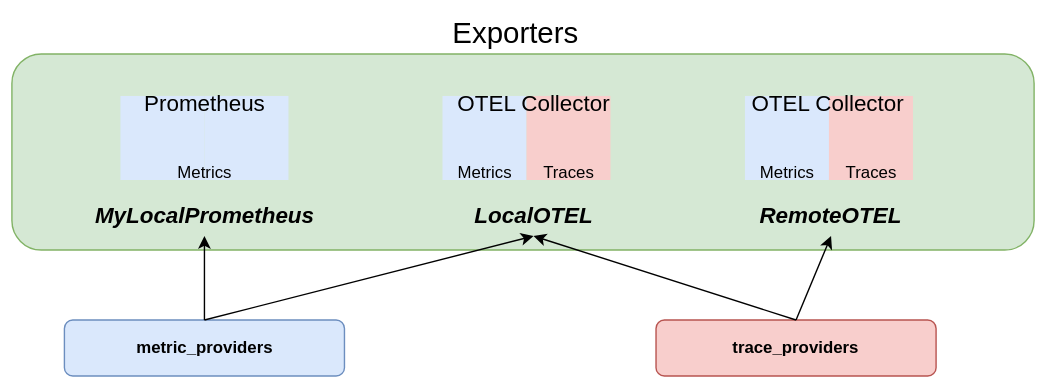
Earlier version of the draw.io export doc/krakend_otel_exporters.svg (krakend/krakend-otel). Source tidied: cells renumbered, new cells last; positions are measured from the earlier drawing's top-left corner, leaving out a move shared by most shapes. Its diagram source:
```xml
<mxGraphModel>
  <root>
    <mxCell id="0" />
    <mxCell id="1" parent="0" />
    <mxCell id="2" style="rounded=1;whiteSpace=wrap;html=1;fillColor=#d5e8d4;strokeColor=#82b366;" parent="1" vertex="1">
      <mxGeometry y="30" width="730" height="140" as="geometry" />
    </mxCell>
    <mxCell id="3" value="Exporters" style="text;html=1;strokeColor=none;fillColor=none;align=center;verticalAlign=middle;whiteSpace=wrap;rounded=0;fontSize=21;" parent="1" vertex="1">
      <mxGeometry x="330" width="60" height="30" as="geometry" />
    </mxCell>
    <mxCell id="4" style="rounded=0;whiteSpace=wrap;html=1;fillColor=#dae8fc;strokeColor=none;" parent="1" vertex="1">
      <mxGeometry x="77.5" y="60" width="60" height="60" as="geometry" />
    </mxCell>
    <mxCell id="5" style="rounded=0;whiteSpace=wrap;html=1;fillColor=#dae8fc;strokeColor=none;" parent="1" vertex="1">
      <mxGeometry x="137.5" y="60" width="60" height="60" as="geometry" />
    </mxCell>
    <mxCell id="6" style="rounded=0;whiteSpace=wrap;html=1;fillColor=#dae8fc;strokeColor=none;" parent="1" vertex="1">
      <mxGeometry x="307.5" y="60" width="60" height="60" as="geometry" />
    </mxCell>
    <mxCell id="7" style="rounded=0;whiteSpace=wrap;html=1;fillColor=#f8cecc;strokeColor=none;" parent="1" vertex="1">
      <mxGeometry x="367.5" y="60" width="60" height="60" as="geometry" />
    </mxCell>
    <mxCell id="8" value="Traces" style="text;html=1;strokeColor=none;fillColor=none;align=center;verticalAlign=middle;whiteSpace=wrap;rounded=0;" parent="1" vertex="1">
      <mxGeometry x="367.5" y="100" width="60" height="30" as="geometry" />
    </mxCell>
    <mxCell id="9" value="Metrics" style="text;html=1;strokeColor=none;fillColor=none;align=center;verticalAlign=middle;whiteSpace=wrap;rounded=0;" parent="1" vertex="1">
      <mxGeometry x="107.5" y="100" width="60" height="30" as="geometry" />
    </mxCell>
    <mxCell id="10" value="Metrics" style="text;html=1;strokeColor=none;fillColor=none;align=center;verticalAlign=middle;whiteSpace=wrap;rounded=0;" parent="1" vertex="1">
      <mxGeometry x="307.5" y="100" width="60" height="30" as="geometry" />
    </mxCell>
    <mxCell id="11" value="Prometheus" style="text;html=1;strokeColor=none;fillColor=none;align=center;verticalAlign=middle;whiteSpace=wrap;rounded=0;fontSize=16;" parent="1" vertex="1">
      <mxGeometry x="72.5" y="50" width="130" height="30" as="geometry" />
    </mxCell>
    <mxCell id="12" value="OTEL Collector" style="text;html=1;strokeColor=none;fillColor=none;align=center;verticalAlign=middle;whiteSpace=wrap;rounded=0;fontSize=16;" parent="1" vertex="1">
      <mxGeometry x="307.5" y="50" width="130" height="30" as="geometry" />
    </mxCell>
    <mxCell id="13" style="rounded=0;whiteSpace=wrap;html=1;fillColor=#dae8fc;strokeColor=none;" parent="1" vertex="1">
      <mxGeometry x="523.5" y="60" width="60" height="60" as="geometry" />
    </mxCell>
    <mxCell id="14" style="rounded=0;whiteSpace=wrap;html=1;fillColor=#f8cecc;strokeColor=none;" parent="1" vertex="1">
      <mxGeometry x="583.5" y="60" width="60" height="60" as="geometry" />
    </mxCell>
    <mxCell id="15" value="Traces" style="text;html=1;strokeColor=none;fillColor=none;align=center;verticalAlign=middle;whiteSpace=wrap;rounded=0;" parent="1" vertex="1">
      <mxGeometry x="583.5" y="100" width="60" height="30" as="geometry" />
    </mxCell>
    <mxCell id="16" value="Metrics" style="text;html=1;strokeColor=none;fillColor=none;align=center;verticalAlign=middle;whiteSpace=wrap;rounded=0;" parent="1" vertex="1">
      <mxGeometry x="523.5" y="100" width="60" height="30" as="geometry" />
    </mxCell>
    <mxCell id="17" value="OTEL Collector" style="text;html=1;strokeColor=none;fillColor=none;align=center;verticalAlign=middle;whiteSpace=wrap;rounded=0;fontSize=16;" parent="1" vertex="1">
      <mxGeometry x="517.5" y="50" width="130" height="30" as="geometry" />
    </mxCell>
    <mxCell id="18" value="MyLocalPrometheus" style="text;html=1;strokeColor=none;fillColor=none;align=center;verticalAlign=middle;whiteSpace=wrap;rounded=0;fontSize=16;fontStyle=3;" parent="1" vertex="1">
      <mxGeometry x="62.5" y="130" width="150" height="30" as="geometry" />
    </mxCell>
    <mxCell id="19" value="LocalOTEL" style="text;html=1;strokeColor=none;fillColor=none;align=center;verticalAlign=middle;whiteSpace=wrap;rounded=0;fontSize=16;fontStyle=3;" parent="1" vertex="1">
      <mxGeometry x="297.5" y="130" width="150" height="30" as="geometry" />
    </mxCell>
    <mxCell id="20" value="RemoteOTEL" style="text;html=1;strokeColor=none;fillColor=none;align=center;verticalAlign=middle;whiteSpace=wrap;rounded=0;fontSize=16;fontStyle=3;" parent="1" vertex="1">
      <mxGeometry x="510" y="130" width="150" height="30" as="geometry" />
    </mxCell>
    <mxCell id="21" value="&lt;b&gt;metric_providers&lt;/b&gt;" style="rounded=1;whiteSpace=wrap;html=1;fillColor=#dae8fc;strokeColor=#6c8ebf;" parent="1" vertex="1">
      <mxGeometry x="37.5" y="220" width="200" height="40" as="geometry" />
    </mxCell>
    <mxCell id="22" value="&lt;b&gt;trace_providers&lt;/b&gt;" style="rounded=1;whiteSpace=wrap;html=1;fillColor=#f8cecc;strokeColor=#b85450;" parent="1" vertex="1">
      <mxGeometry x="460" y="220" width="200" height="40" as="geometry" />
    </mxCell>
    <mxCell id="23" style="endArrow=classic;html=1;rounded=0;exitX=0.5;exitY=0;exitDx=0;exitDy=0;" parent="1" edge="1" source="21" target="18">
      <mxGeometry relative="1" as="geometry" />
    </mxCell>
    <mxCell id="24" style="endArrow=classic;html=1;rounded=0;exitX=0.5;exitY=0;exitDx=0;exitDy=0;entryX=0.5;entryY=1;entryDx=0;entryDy=0;" parent="1" edge="1" source="21" target="19">
      <mxGeometry relative="1" as="geometry" />
    </mxCell>
    <mxCell id="25" style="endArrow=classic;html=1;rounded=0;exitX=0.5;exitY=0;exitDx=0;exitDy=0;entryX=0.5;entryY=1;entryDx=0;entryDy=0;" parent="1" edge="1" source="22" target="19">
      <mxGeometry relative="1" as="geometry" />
    </mxCell>
    <mxCell id="26" style="endArrow=classic;html=1;rounded=0;exitX=0.5;exitY=0;exitDx=0;exitDy=0;entryX=0.5;entryY=1;entryDx=0;entryDy=0;" parent="1" edge="1" source="22" target="20">
      <mxGeometry relative="1" as="geometry" />
    </mxCell>
  </root>
</mxGraphModel>
```
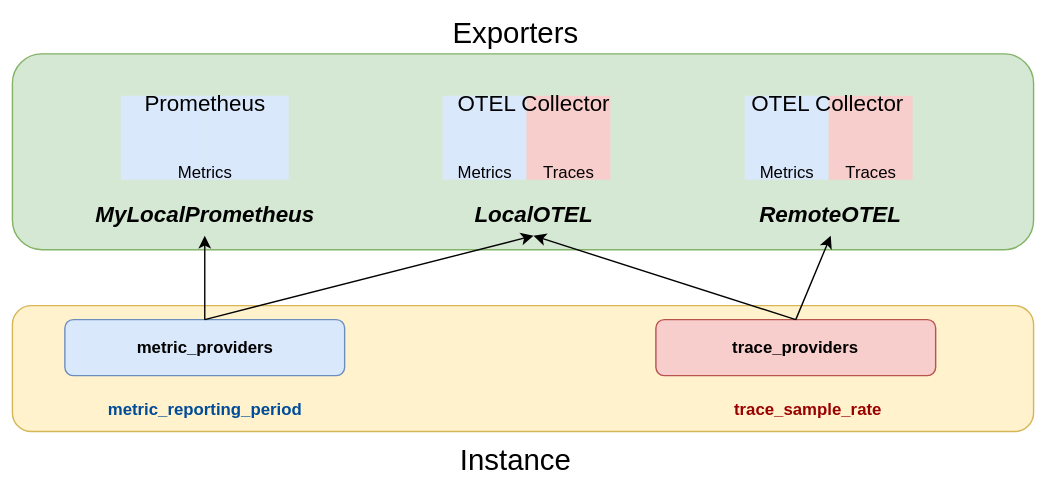
After the change.

Commit message:
update diagram to reflect instance in the readme

The edit, as a diff of the source:
```diff
@@ -2,6 +2,18 @@
   <root>
     <mxCell id="0" />
     <mxCell id="1" parent="0" />
+    <mxCell id="27" style="rounded=1;whiteSpace=wrap;html=1;fillColor=#fff2cc;strokeColor=#d6b656;" parent="1" vertex="1">
+      <mxGeometry y="210" width="730" height="90" as="geometry" />
+    </mxCell>
+    <mxCell id="28" value="Instance" style="text;html=1;strokeColor=none;fillColor=none;align=center;verticalAlign=middle;whiteSpace=wrap;rounded=0;fontSize=21;" parent="1" vertex="1">
+      <mxGeometry x="330" y="305" width="60" height="30" as="geometry" />
+    </mxCell>
+    <mxCell id="29" value="metric_reporting_period" style="text;html=1;strokeColor=none;fillColor=none;align=center;verticalAlign=middle;whiteSpace=wrap;rounded=0;fontStyle=1;fontColor=#004C99;labelBorderColor=none;" parent="1" vertex="1">
+      <mxGeometry x="62.5" y="270" width="150" height="30" as="geometry" />
+    </mxCell>
+    <mxCell id="30" value="trace_sample_rate" style="text;html=1;strokeColor=none;fillColor=none;align=center;verticalAlign=middle;whiteSpace=wrap;rounded=0;fontStyle=1;fontColor=#990000;labelBorderColor=none;" parent="1" vertex="1">
+      <mxGeometry x="493.5" y="270" width="150" height="30" as="geometry" />
+    </mxCell>
     <mxCell id="2" style="rounded=1;whiteSpace=wrap;html=1;fillColor=#d5e8d4;strokeColor=#82b366;" parent="1" vertex="1">
       <mxGeometry y="30" width="730" height="140" as="geometry" />
     </mxCell>
```
